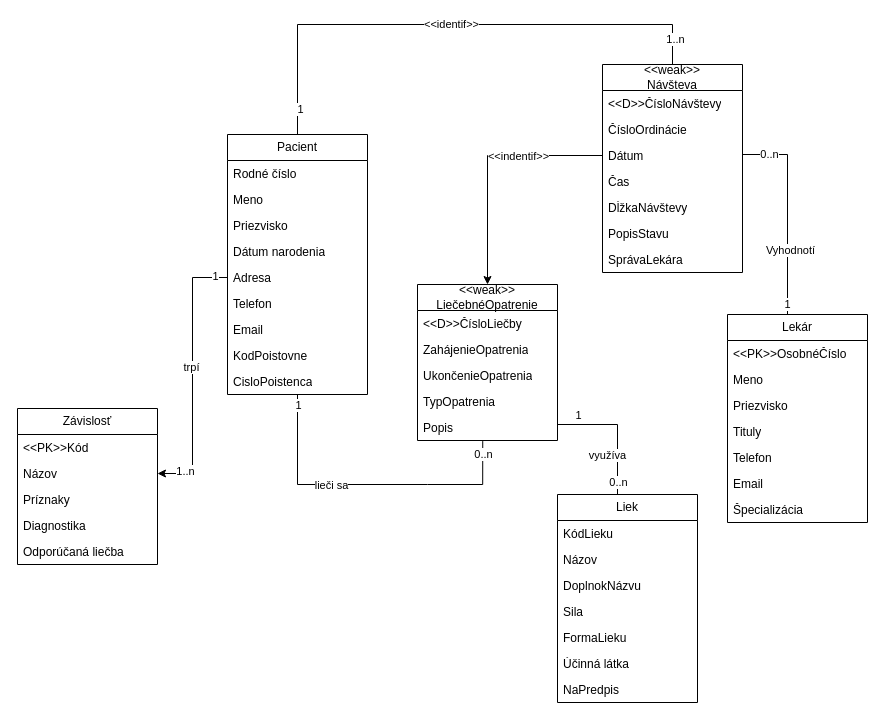
Above: ius-priprava_na_skusku.drawio in stofife/IUS (draw.io), before the change. Source tidied: cells renumbered, new cells numbered last; positions are measured from the earlier drawing's top-left corner, leaving out a move shared by most shapes. Both pictures are drawn from the tidied source at 100%, with x=0, y=0 at pixel (17, 24).
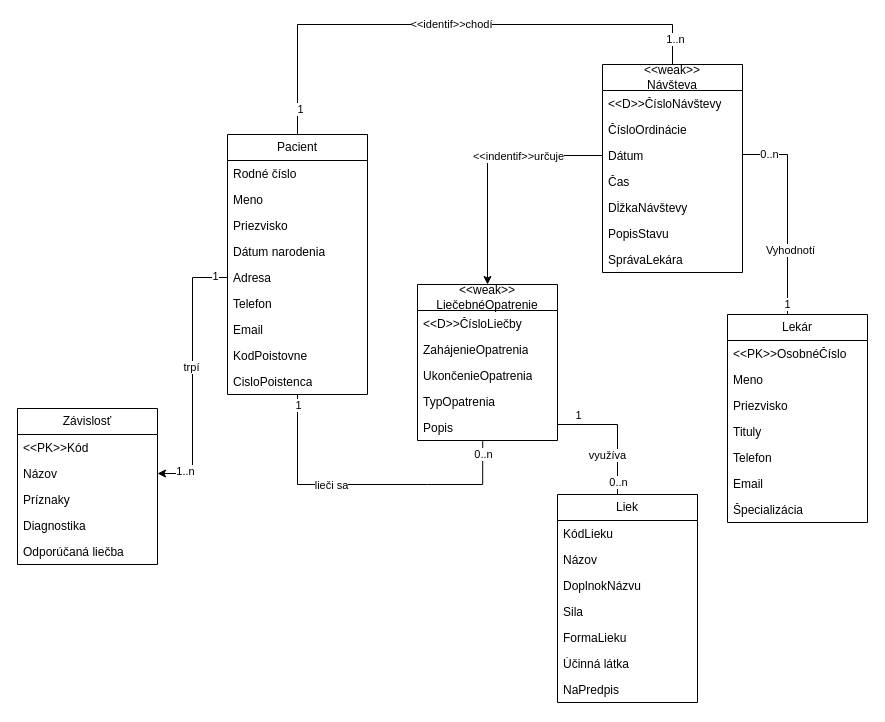
After the change.

Unchanged cells that the change refers to:
```xml
<mxCell id="8" style="edgeStyle=orthogonalEdgeStyle;rounded=0;jettySize=auto;html=1;entryX=0.5;entryY=0;entryDx=0;entryDy=0;endArrow=none;endFill=0;" parent="1" edge="1" source="12" target="26">
  <mxGeometry relative="1" as="geometry">
    <Array as="points">
      <mxPoint x="280" />
      <mxPoint x="655" />
    </Array>
  </mxGeometry>
</mxCell>
<mxCell id="64" style="edgeStyle=orthogonalEdgeStyle;rounded=0;jettySize=auto;html=1;entryX=0.5;entryY=0;entryDx=0;entryDy=0;" parent="1" edge="1" source="29" target="50">
  <mxGeometry relative="1" as="geometry" />
</mxCell>
```

What changed in the source:
```diff
@@
-    <mxCell id="9" value="&amp;lt;&amp;lt;identif&amp;gt;&amp;gt;" style="edgeLabel;html=1;align=center;verticalAlign=middle;" parent="8" vertex="1">
+    <mxCell id="9" value="&amp;lt;&amp;lt;identif&amp;gt;&amp;gt;chodí" style="edgeLabel;html=1;align=center;verticalAlign=middle;" parent="8" vertex="1">
       <mxGeometry y="1" relative="1" as="geometry" />
     </mxCell>
@@
-    <mxCell id="65" value="&amp;lt;&amp;lt;indentif&amp;gt;&amp;gt;" style="edgeLabel;html=1;align=center;verticalAlign=middle;" parent="64" vertex="1">
+    <mxCell id="65" value="&amp;lt;&amp;lt;indentif&amp;gt;&amp;gt;určuje" style="edgeLabel;html=1;align=center;verticalAlign=middle;" parent="64" vertex="1">
       <mxGeometry x="-0.3" relative="1" as="geometry" />
     </mxCell>
```
